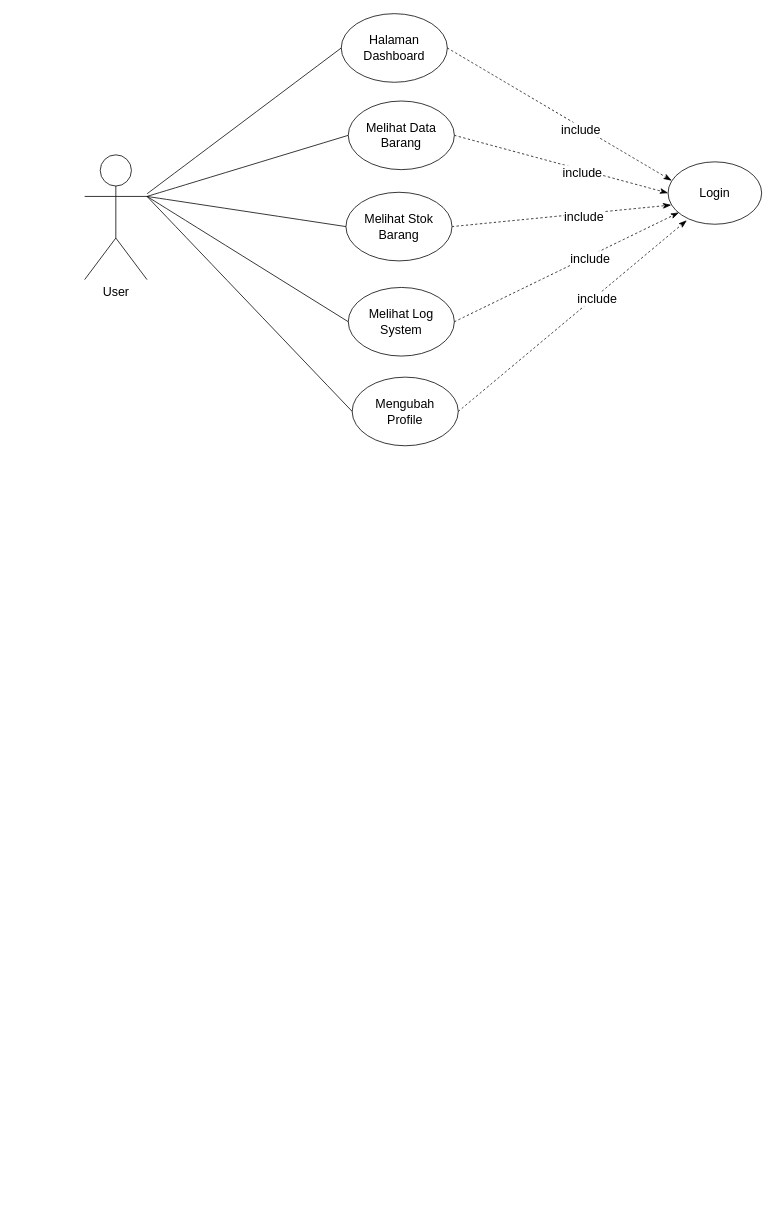
Kantrawibawa10/Draw-I-O keeps this draw.io diagram as Usecase Diagram GudangKu.drawio. Above is the earlier version. Source tidied: cells renumbered, new cells numbered last; positions are measured from the earlier drawing's top-left corner, leaving out a move shared by most shapes. Both pictures are drawn from the tidied source at 78%, with x=0, y=0 at pixel (84, 13).
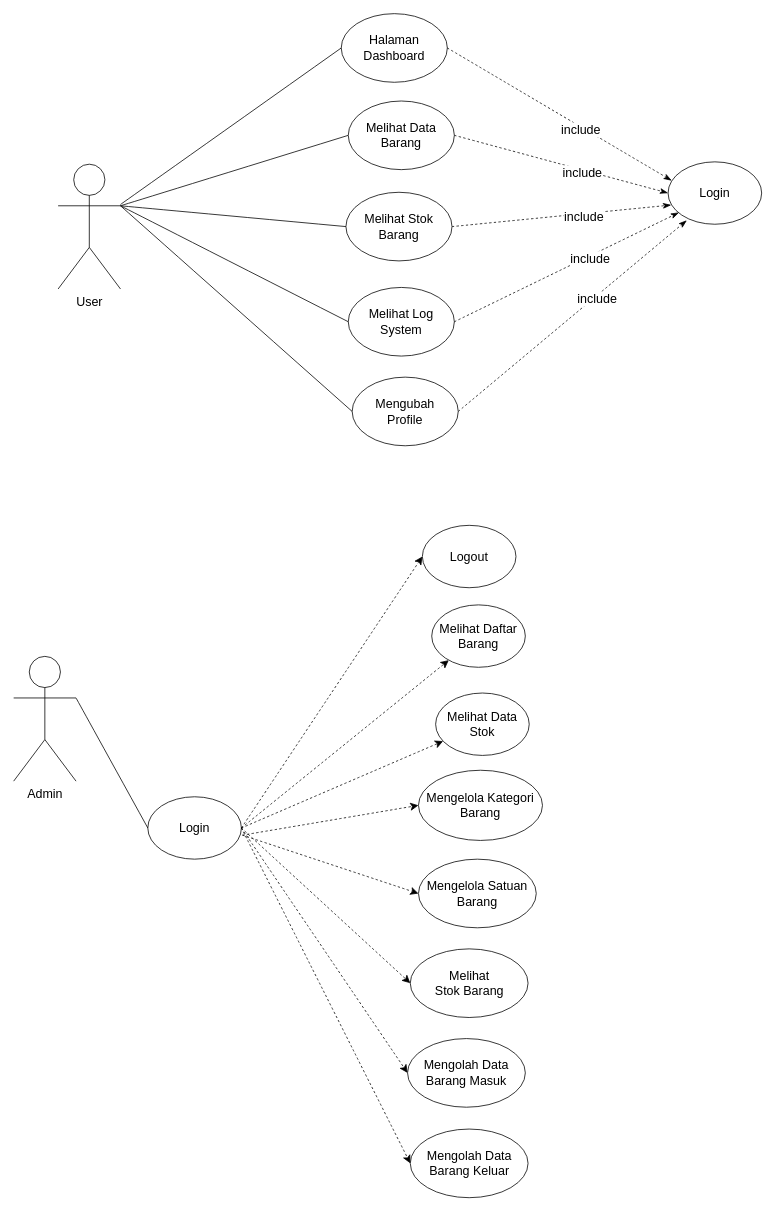
Above is the later version.

What changed in the source:
```diff
@@
     <mxCell id="3" value="User" style="shape=umlActor;verticalLabelPosition=bottom;verticalAlign=top;html=1;outlineConnect=0;fontSize=16;" parent="1" vertex="1">
-      <mxGeometry y="181" width="80" height="160" as="geometry" />
+      <mxGeometry x="-34" y="193" width="80" height="160" as="geometry" />
     </mxCell>
@@
+    <mxCell id="24" value="Admin" style="shape=umlActor;verticalLabelPosition=bottom;verticalAlign=top;html=1;outlineConnect=0;fontSize=16;" parent="1" vertex="1">
+      <mxGeometry x="-91" y="824" width="80" height="160" as="geometry" />
+    </mxCell>
+    <mxCell id="25" value="Login" style="ellipse;whiteSpace=wrap;html=1;fontSize=16;" parent="1" vertex="1">
+      <mxGeometry x="81" y="1004" width="120" height="80" as="geometry" />
+    </mxCell>
+    <mxCell id="26" style="endArrow=none;html=1;rounded=0;fontSize=12;startSize=8;endSize=8;curved=1;exitX=1;exitY=0.3333333333333333;exitDx=0;exitDy=0;exitPerimeter=0;entryX=0;entryY=0.5;entryDx=0;entryDy=0;" parent="1" edge="1" source="24" target="25">
+      <mxGeometry relative="1" as="geometry" />
+    </mxCell>
+    <mxCell id="27" style="endArrow=classic;dashed=1;html=1;rounded=0;fontSize=12;startSize=8;endSize=8;curved=1;exitX=1;exitY=0.5;exitDx=0;exitDy=0;endFill=1;entryX=0;entryY=0.5;entryDx=0;entryDy=0;" parent="1" edge="1" source="25" target="28">
+      <mxGeometry relative="1" as="geometry" />
+    </mxCell>
+    <mxCell id="28" value="Logout" style="ellipse;whiteSpace=wrap;html=1;fontSize=16;" parent="1" vertex="1">
+      <mxGeometry x="433" y="656" width="120" height="80" as="geometry" />
+    </mxCell>
+    <mxCell id="29" value="Melihat Daftar Barang" style="ellipse;whiteSpace=wrap;html=1;fontSize=16;" parent="1" vertex="1">
+      <mxGeometry x="445" y="758" width="120" height="80" as="geometry" />
+    </mxCell>
+    <mxCell id="30" style="endArrow=classic;dashed=1;html=1;rounded=0;fontSize=12;startSize=8;endSize=8;curved=1;exitX=1;exitY=0.5;exitDx=0;exitDy=0;endFill=1;" parent="1" edge="1" source="25" target="29">
+      <mxGeometry relative="1" as="geometry" />
+    </mxCell>
+    <mxCell id="31" value="Melihat Data Stok" style="ellipse;whiteSpace=wrap;html=1;fontSize=16;" parent="1" vertex="1">
+      <mxGeometry x="450" y="871" width="120" height="80" as="geometry" />
+    </mxCell>
+    <mxCell id="32" style="endArrow=classic;dashed=1;html=1;rounded=0;fontSize=12;startSize=8;endSize=8;curved=1;exitX=1;exitY=0.5;exitDx=0;exitDy=0;endFill=1;" parent="1" edge="1" source="25" target="31">
+      <mxGeometry relative="1" as="geometry" />
+    </mxCell>
+    <mxCell id="33" value="Mengelola Kategori Barang" style="ellipse;whiteSpace=wrap;html=1;fontSize=16;" parent="1" vertex="1">
+      <mxGeometry x="428" y="970" width="159" height="90" as="geometry" />
+    </mxCell>
+    <mxCell id="34" style="endArrow=classic;dashed=1;html=1;rounded=0;fontSize=12;startSize=8;endSize=8;curved=1;exitX=1.011;exitY=0.615;exitDx=0;exitDy=0;endFill=1;exitPerimeter=0;entryX=0;entryY=0.5;entryDx=0;entryDy=0;" parent="1" edge="1" source="25" target="33">
+      <mxGeometry relative="1" as="geometry" />
+    </mxCell>
+    <mxCell id="35" value="Mengelola Satuan Barang" style="ellipse;whiteSpace=wrap;html=1;fontSize=16;" parent="1" vertex="1">
+      <mxGeometry x="428" y="1084" width="151" height="88" as="geometry" />
+    </mxCell>
+    <mxCell id="36" style="endArrow=classic;dashed=1;html=1;rounded=0;fontSize=12;startSize=8;endSize=8;curved=1;exitX=1.011;exitY=0.615;exitDx=0;exitDy=0;endFill=1;exitPerimeter=0;entryX=0;entryY=0.5;entryDx=0;entryDy=0;" parent="1" edge="1" source="25" target="35">
+      <mxGeometry relative="1" as="geometry" />
+    </mxCell>
+    <mxCell id="37" value="Melihat &lt;br&gt;Stok Barang" style="ellipse;whiteSpace=wrap;html=1;fontSize=16;" parent="1" vertex="1">
+      <mxGeometry x="417.5" y="1199" width="151" height="88" as="geometry" />
+    </mxCell>
+    <mxCell id="38" style="endArrow=classic;dashed=1;html=1;rounded=0;fontSize=12;startSize=8;endSize=8;curved=1;exitX=1;exitY=0.5;exitDx=0;exitDy=0;endFill=1;entryX=0;entryY=0.5;entryDx=0;entryDy=0;" parent="1" edge="1" source="25" target="37">
+      <mxGeometry relative="1" as="geometry" />
+    </mxCell>
+    <mxCell id="39" value="Mengolah Data Barang Masuk" style="ellipse;whiteSpace=wrap;html=1;fontSize=16;" parent="1" vertex="1">
+      <mxGeometry x="414" y="1314" width="151" height="88" as="geometry" />
+    </mxCell>
+    <mxCell id="40" style="endArrow=classic;dashed=1;html=1;rounded=0;fontSize=12;startSize=8;endSize=8;curved=1;exitX=1;exitY=0.5;exitDx=0;exitDy=0;endFill=1;entryX=0;entryY=0.5;entryDx=0;entryDy=0;" parent="1" edge="1" source="25" target="39">
+      <mxGeometry relative="1" as="geometry" />
+    </mxCell>
+    <mxCell id="41" value="Mengolah Data Barang Keluar" style="ellipse;whiteSpace=wrap;html=1;fontSize=16;" parent="1" vertex="1">
+      <mxGeometry x="417.5" y="1430" width="151" height="88" as="geometry" />
+    </mxCell>
+    <mxCell id="42" style="endArrow=classic;dashed=1;html=1;rounded=0;fontSize=12;startSize=8;endSize=8;curved=1;exitX=1;exitY=0.5;exitDx=0;exitDy=0;endFill=1;entryX=0;entryY=0.5;entryDx=0;entryDy=0;" parent="1" edge="1" source="25" target="41">
+      <mxGeometry relative="1" as="geometry" />
+    </mxCell>
```
